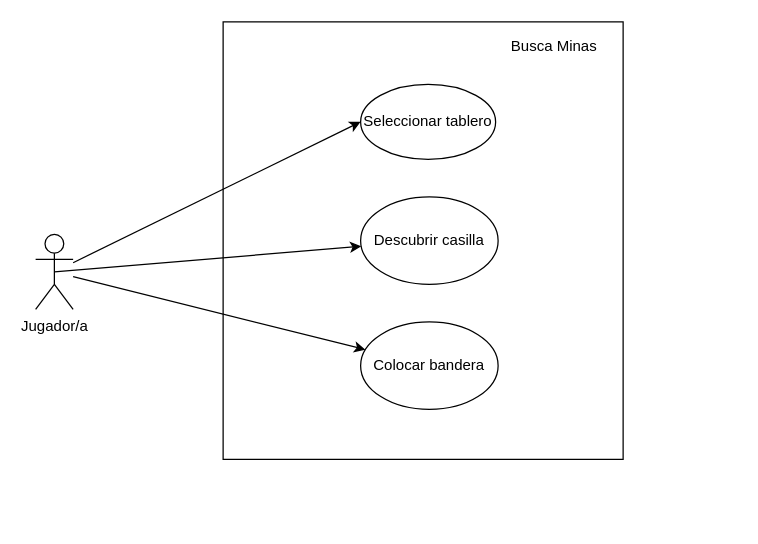
Earlier version of the draw.io diagram Untitled Diagram.drawio (nina011/bpmn_vi_semestre). Source tidied: cells renumbered, new cells numbered last; positions are measured from the earlier drawing's top-left corner, leaving out a move shared by most shapes. Both pictures are drawn from the tidied source at 125%, with x=0, y=0 at pixel (35, 21).
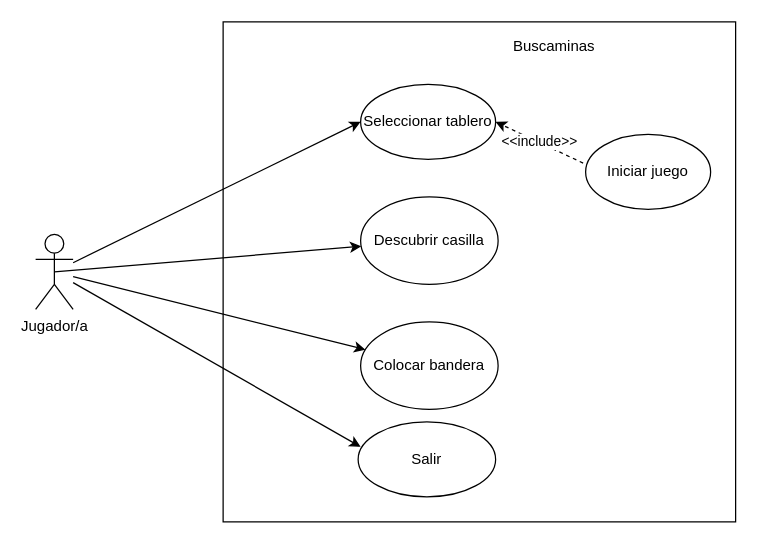
The same diagram, later.

Change to the diagram source:
```diff
@@
 <mxGraphModel>
   <root>
     <mxCell id="0" />
     <mxCell id="1" parent="0" />
     <mxCell id="2" value="Jugador/a" style="shape=umlActor;verticalLabelPosition=bottom;verticalAlign=top;html=1;outlineConnect=0;" parent="1" vertex="1">
       <mxGeometry y="170" width="30" height="60" as="geometry" />
     </mxCell>
     <mxCell id="3" style="rounded=0;whiteSpace=wrap;html=1;" parent="1" vertex="1">
-      <mxGeometry x="150" width="320" height="350" as="geometry" />
+      <mxGeometry x="150" width="410" height="400" as="geometry" />
     </mxCell>
     <mxCell id="4" value="Seleccionar tablero" style="ellipse;whiteSpace=wrap;html=1;" parent="1" vertex="1">
       <mxGeometry x="260" y="50" width="108" height="60" as="geometry" />
     </mxCell>
     <mxCell id="5" value="Descubrir casilla" style="ellipse;whiteSpace=wrap;html=1;" parent="1" vertex="1">
       <mxGeometry x="260" y="140" width="110" height="70" as="geometry" />
     </mxCell>
     <mxCell id="6" value="Colocar bandera" style="ellipse;whiteSpace=wrap;html=1;" parent="1" vertex="1">
       <mxGeometry x="260" y="240" width="110" height="70" as="geometry" />
     </mxCell>
-    <mxCell id="7" value="Busca Minas" style="text;html=1;strokeColor=none;fillColor=none;align=center;verticalAlign=middle;whiteSpace=wrap;rounded=0;" parent="1" vertex="1">
+    <mxCell id="7" value="Buscaminas" style="text;html=1;strokeColor=none;fillColor=none;align=center;verticalAlign=middle;whiteSpace=wrap;rounded=0;" parent="1" vertex="1">
       <mxGeometry x="360" y="10" width="110" height="20" as="geometry" />
     </mxCell>
     <mxCell id="8" style="endArrow=classic;html=1;entryX=0;entryY=0.5;entryDx=0;entryDy=0;" parent="1" edge="1" source="2" target="4">
       <mxGeometry relative="1" as="geometry" />
     </mxCell>
     <mxCell id="9" style="endArrow=classic;html=1;exitX=0.5;exitY=0.5;exitDx=0;exitDy=0;exitPerimeter=0;" parent="1" edge="1" source="2" target="5">
       <mxGeometry relative="1" as="geometry" />
     </mxCell>
     <mxCell id="10" style="endArrow=classic;html=1;" parent="1" edge="1" source="2" target="6">
       <mxGeometry relative="1" as="geometry" />
     </mxCell>
+    <mxCell id="11" value="Iniciar juego" style="ellipse;whiteSpace=wrap;html=1;" parent="1" vertex="1">
+      <mxGeometry x="440" y="90" width="100" height="60" as="geometry" />
+    </mxCell>
+    <mxCell id="12" value="&amp;lt;&amp;lt;include&amp;gt;&amp;gt;" style="endArrow=classic;html=1;exitX=-0.02;exitY=0.383;exitDx=0;exitDy=0;entryX=1;entryY=0.5;entryDx=0;entryDy=0;exitPerimeter=0;dashed=1;" parent="1" edge="1" source="11" target="4">
+      <mxGeometry relative="1" as="geometry" />
+    </mxCell>
+    <mxCell id="13" value="Salir" style="ellipse;whiteSpace=wrap;html=1;" parent="1" vertex="1">
+      <mxGeometry x="258" y="320" width="110" height="60" as="geometry" />
+    </mxCell>
+    <mxCell id="14" style="endArrow=classic;html=1;entryX=0.018;entryY=0.333;entryDx=0;entryDy=0;entryPerimeter=0;" parent="1" edge="1" source="2" target="13">
+      <mxGeometry relative="1" as="geometry" />
+    </mxCell>
   </root>
 </mxGraphModel>
```
